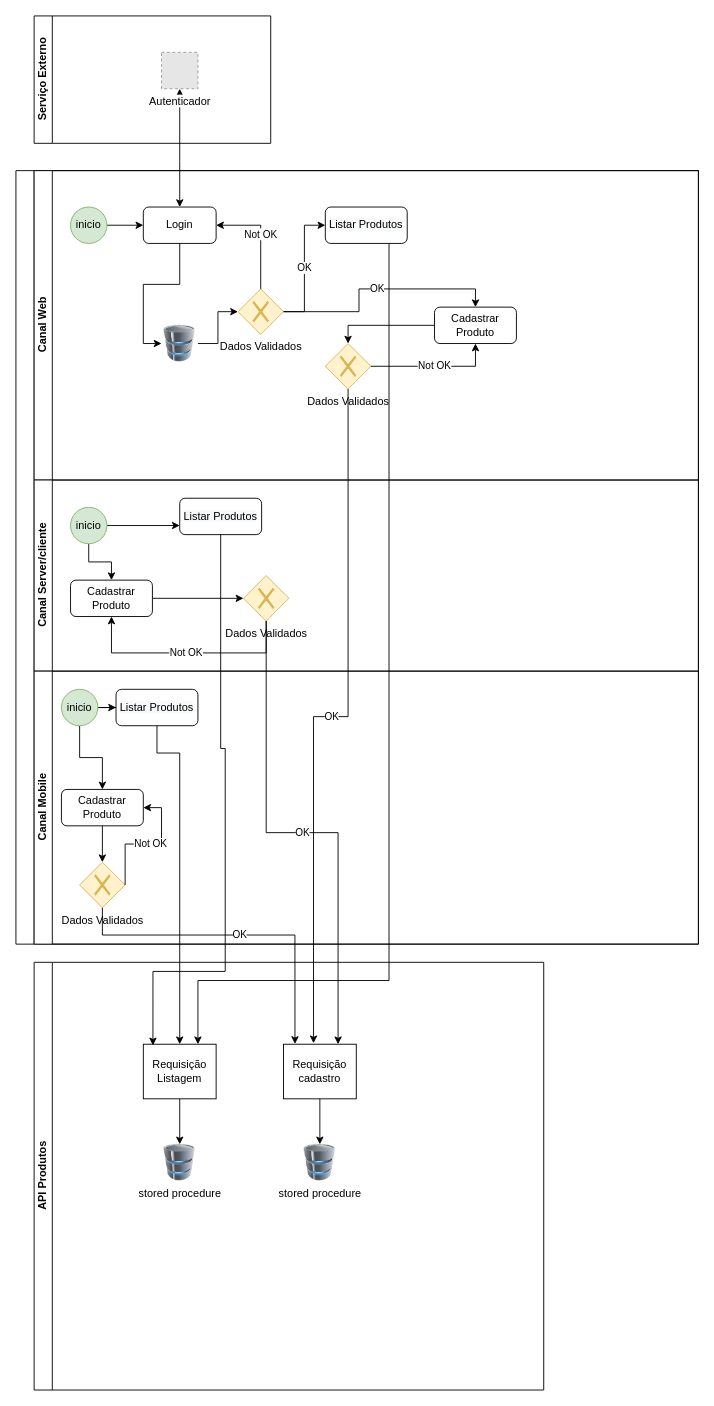
Before: Untitled Diagram.drawio in Solteiro/Projeto-Solteiro-, a draw.io diagram. Source tidied: cells renumbered, new cells numbered last; positions are measured from the earlier drawing's top-left corner, leaving out a move shared by most shapes. Both pictures are drawn from the tidied source at 91%, with x=0, y=0 at pixel (15, 15). Pictures stored in the file or linked from it are replaced by grey dashed boxes.
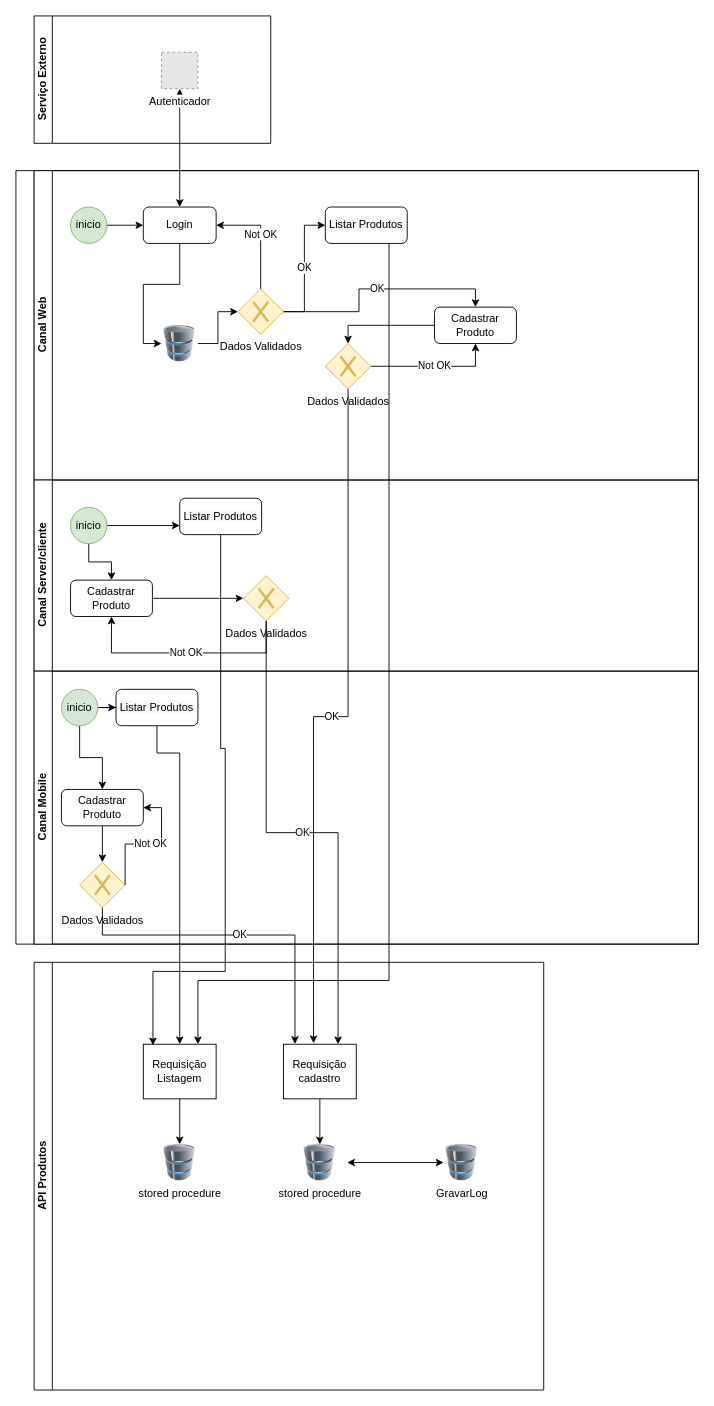
The same diagram, later.

The change refers to these unchanged cells:
```xml
<mxCell id="37" value="API Produtos" style="swimlane;html=1;startSize=20;horizontal=0;" parent="1" vertex="1">
  <mxGeometry x="20" y="1040" width="560" height="470" as="geometry" />
</mxCell>
<mxCell id="43" value="stored procedure" style="image;html=1;image=img/lib/clip_art/computers/Database_128x128.png;" parent="37" vertex="1">
  <mxGeometry x="284" y="200" width="60" height="40" as="geometry" />
</mxCell>
```

Diff of the diagram source:
```diff
@@
+    <mxCell id="53" style="endArrow=classic;startArrow=classic;html=1;" parent="37" edge="1" source="43">
+      <mxGeometry relative="1" as="geometry">
+        <mxPoint x="450" y="220" as="targetPoint" />
+      </mxGeometry>
+    </mxCell>
+    <mxCell id="54" value="GravarLog" style="image;html=1;image=img/lib/clip_art/computers/Database_128x128.png;" parent="37" vertex="1">
+      <mxGeometry x="440" y="200" width="60" height="40" as="geometry" />
+    </mxCell>
```
